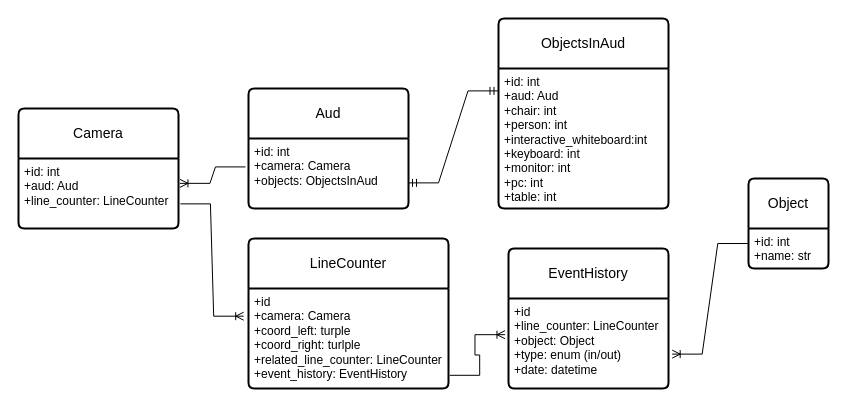
Above: entity_diagram.drawio in IAbsoluteZeroI/diplom (draw.io), before the change. Source tidied: cells renumbered, new cells numbered last; positions are measured from the earlier drawing's top-left corner, leaving out a move shared by most shapes. Both pictures are drawn from the tidied source at 100%, with x=0, y=0 at pixel (18, 18).
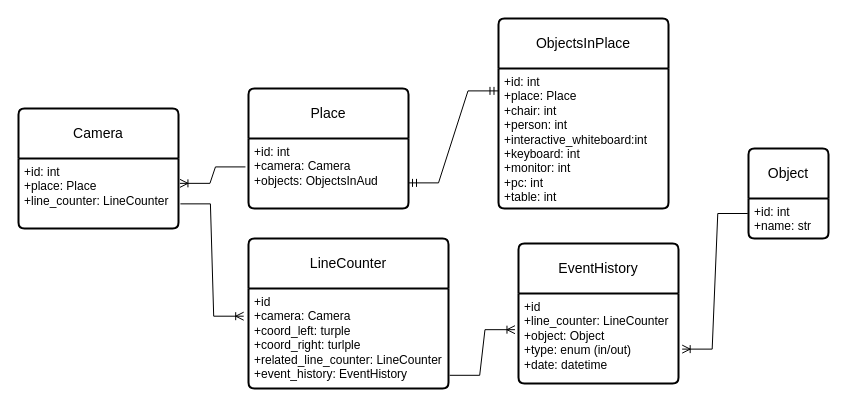
The same page after the edit.

Unchanged cells that the change refers to:
```xml
<mxCell id="8" value="Camera" style="swimlane;horizontal=1;startSize=50;rounded=1;fontSize=14;fontStyle=0;strokeWidth=2;shadow=0;dashed=0;align=center;arcSize=4;whiteSpace=wrap;html=1;" parent="1" vertex="1">
  <mxGeometry y="90" width="160" height="120" as="geometry" />
</mxCell>
```

Diff of the diagram source:
```diff
@@
-    <mxCell id="3" value="Aud" style="swimlane;horizontal=1;startSize=50;rounded=1;fontSize=14;fontStyle=0;strokeWidth=2;shadow=0;dashed=0;align=center;arcSize=4;whiteSpace=wrap;html=1;" parent="1" vertex="1">
+    <mxCell id="3" value="Place" style="swimlane;horizontal=1;startSize=50;rounded=1;fontSize=14;fontStyle=0;strokeWidth=2;shadow=0;dashed=0;align=center;arcSize=4;whiteSpace=wrap;html=1;" parent="1" vertex="1">
       <mxGeometry x="230" y="70" width="160" height="120" as="geometry" />
     </mxCell>
@@
-    <mxCell id="5" value="ObjectsInAud" style="swimlane;horizontal=1;startSize=50;rounded=1;fontSize=14;fontStyle=0;strokeWidth=2;shadow=0;dashed=0;align=center;arcSize=4;whiteSpace=wrap;html=1;" parent="1" vertex="1">
+    <mxCell id="5" value="ObjectsInPlace" style="swimlane;horizontal=1;startSize=50;rounded=1;fontSize=14;fontStyle=0;strokeWidth=2;shadow=0;dashed=0;align=center;arcSize=4;whiteSpace=wrap;html=1;" parent="1" vertex="1">
       <mxGeometry x="480" width="170" height="190" as="geometry" />
     </mxCell>
-    <mxCell id="6" value="+id: int&lt;br&gt;+aud: Aud&lt;br&gt;&lt;div&gt;&lt;span style=&quot;text-wrap: wrap;&quot;&gt;+&lt;/span&gt;&lt;span style=&quot;text-wrap: wrap; background-color: initial;&quot;&gt;chair: int&lt;/span&gt;&lt;/div&gt;&lt;div&gt;&lt;span style=&quot;text-wrap: wrap; background-color: initial;&quot;&gt;+&lt;/span&gt;&lt;span style=&quot;text-wrap: wrap; background-color: initial;&quot;&gt;person: int&lt;/span&gt;&lt;/div&gt;&lt;div&gt;&lt;span style=&quot;text-wrap: wrap;&quot;&gt;+interactive_whiteboard:&lt;/span&gt;&lt;span style=&quot;text-wrap: wrap; background-color: initial;&quot;&gt;int&lt;/span&gt;&lt;/div&gt;&lt;div&gt;&lt;span style=&quot;text-wrap: wrap;&quot;&gt;+keyboard: int&lt;/span&gt;&lt;/div&gt;&lt;div&gt;&lt;span style=&quot;text-wrap: wrap;&quot;&gt;+monitor: int&lt;/span&gt;&lt;/div&gt;&lt;div&gt;&lt;span style=&quot;text-wrap: wrap;&quot;&gt;+pc: int&lt;/span&gt;&lt;/div&gt;&lt;div&gt;&lt;span style=&quot;text-wrap: wrap;&quot;&gt;+table: int&lt;/span&gt;&lt;/div&gt;" style="align=left;strokeColor=none;fillColor=none;spacingLeft=4;fontSize=12;verticalAlign=top;html=1;" parent="5" vertex="1">
+    <mxCell id="6" value="+id: int&lt;br&gt;+place: Place&lt;br&gt;&lt;div&gt;&lt;span style=&quot;text-wrap: wrap;&quot;&gt;+&lt;/span&gt;&lt;span style=&quot;text-wrap: wrap; background-color: initial;&quot;&gt;chair: int&lt;/span&gt;&lt;/div&gt;&lt;div&gt;&lt;span style=&quot;text-wrap: wrap; background-color: initial;&quot;&gt;+&lt;/span&gt;&lt;span style=&quot;text-wrap: wrap; background-color: initial;&quot;&gt;person: int&lt;/span&gt;&lt;/div&gt;&lt;div&gt;&lt;span style=&quot;text-wrap: wrap;&quot;&gt;+interactive_whiteboard:&lt;/span&gt;&lt;span style=&quot;text-wrap: wrap; background-color: initial;&quot;&gt;int&lt;/span&gt;&lt;/div&gt;&lt;div&gt;&lt;span style=&quot;text-wrap: wrap;&quot;&gt;+keyboard: int&lt;/span&gt;&lt;/div&gt;&lt;div&gt;&lt;span style=&quot;text-wrap: wrap;&quot;&gt;+monitor: int&lt;/span&gt;&lt;/div&gt;&lt;div&gt;&lt;span style=&quot;text-wrap: wrap;&quot;&gt;+pc: int&lt;/span&gt;&lt;/div&gt;&lt;div&gt;&lt;span style=&quot;text-wrap: wrap;&quot;&gt;+table: int&lt;/span&gt;&lt;/div&gt;" style="align=left;strokeColor=none;fillColor=none;spacingLeft=4;fontSize=12;verticalAlign=top;html=1;" parent="5" vertex="1">
       <mxGeometry y="50" width="170" height="140" as="geometry" />
     </mxCell>
@@
-    <mxCell id="9" value="+id: int&lt;br&gt;+aud: Aud&lt;br&gt;+line_counter: LineCounter" style="align=left;strokeColor=none;fillColor=none;spacingLeft=4;fontSize=12;verticalAlign=top;html=1;" parent="8" vertex="1">
+    <mxCell id="9" value="+id: int&lt;br&gt;+place: Place&lt;br&gt;+line_counter: LineCounter" style="align=left;strokeColor=none;fillColor=none;spacingLeft=4;fontSize=12;verticalAlign=top;html=1;" parent="8" vertex="1">
       <mxGeometry y="50" width="160" height="70" as="geometry" />
     </mxCell>
@@
     <mxCell id="14" value="EventHistory" style="swimlane;horizontal=1;startSize=50;rounded=1;fontSize=14;fontStyle=0;strokeWidth=2;shadow=0;dashed=0;align=center;arcSize=4;whiteSpace=wrap;html=1;" parent="1" vertex="1">
-      <mxGeometry x="490" y="230" width="160" height="140" as="geometry" />
+      <mxGeometry x="500" y="225" width="160" height="140" as="geometry" />
     </mxCell>
@@
     <mxCell id="17" value="Object" style="swimlane;horizontal=1;startSize=50;rounded=1;fontSize=14;fontStyle=0;strokeWidth=2;shadow=0;dashed=0;align=center;arcSize=4;whiteSpace=wrap;html=1;" parent="1" vertex="1">
-      <mxGeometry x="730" y="160" width="80" height="90" as="geometry" />
+      <mxGeometry x="730" y="130" width="80" height="90" as="geometry" />
     </mxCell>
```
